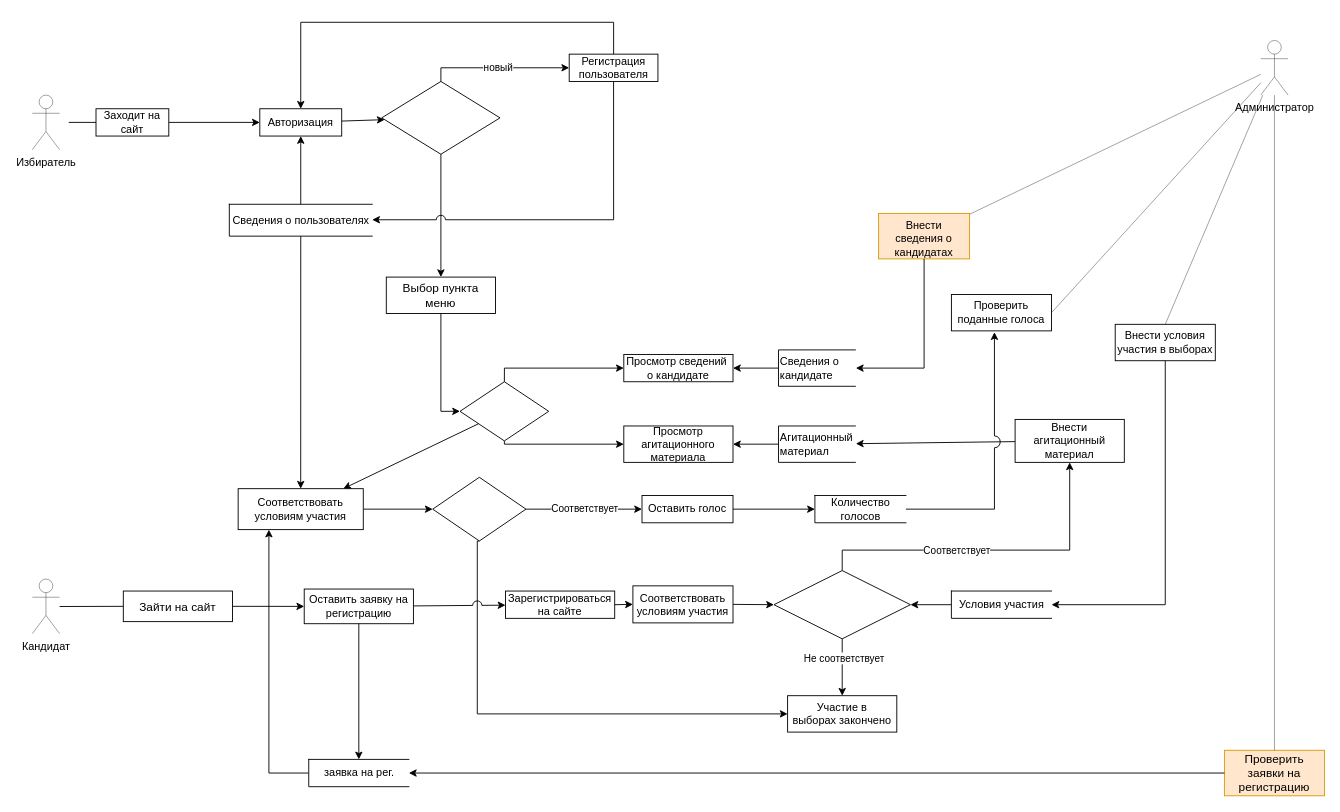
Before: DFD Diagram v.2.0 .drawio in aleksey899/Inter.MixAN, a draw.io diagram. Source tidied: cells renumbered, new cells numbered last; positions are measured from the earlier drawing's top-left corner, leaving out a move shared by most shapes. Both pictures are drawn from the tidied source at 91%, with x=0, y=0 at pixel (32, 22).
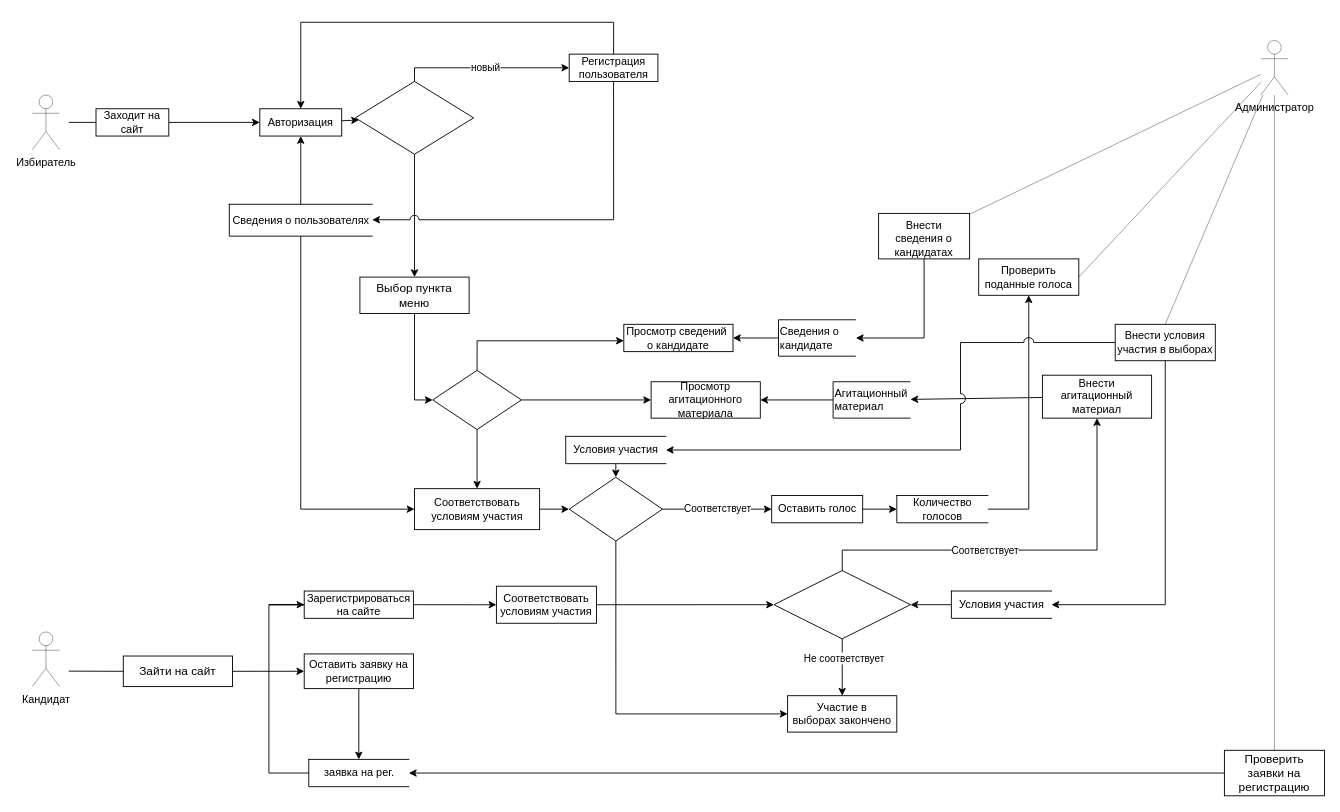
After the change.

Unchanged cells that the change refers to:
```xml
<mxCell id="24" style="rhombus;whiteSpace=wrap;html=1;rounded=0;fontSize=12;strokeWidth=1;" parent="1" vertex="1">
  <mxGeometry x="815" y="602.5" width="150" height="75" as="geometry" />
</mxCell>
<mxCell id="25" value="&lt;font style=&quot;font-size: 12px&quot;&gt;Участие в&lt;br&gt;выборах&amp;nbsp;&lt;font style=&quot;font-size: 12px&quot;&gt;закончено&lt;/font&gt;&lt;/font&gt;" style="rounded=0;whiteSpace=wrap;html=1;fontSize=11;strokeWidth=1;" parent="1" vertex="1">
  <mxGeometry x="830" y="740" width="120" height="40" as="geometry" />
</mxCell>
<mxCell id="43" value="Внести условия участия в выборах" style="rounded=0;whiteSpace=wrap;html=1;fontSize=12;direction=west;" parent="1" vertex="1">
  <mxGeometry x="1190" y="331.9" width="110" height="40" as="geometry" />
</mxCell>
<mxCell id="51" value="заявка на рег." style="html=1;dashed=0;whitespace=wrap;shape=partialRectangle;right=0;" parent="1" vertex="1">
  <mxGeometry x="303.8" y="810" width="110" height="30" as="geometry" />
</mxCell>
<mxCell id="73" value="Сведения о пользователях" style="html=1;dashed=0;whitespace=wrap;shape=partialRectangle;right=0;" parent="1" vertex="1">
  <mxGeometry x="216.5" y="200" width="157" height="35" as="geometry" />
</mxCell>
```

What changed in the source:
```diff
@@
     <mxCell id="6" value="Кандидат" style="shape=umlActor;verticalLabelPosition=bottom;verticalAlign=top;html=1;hachureGap=4;opacity=40;" parent="1" vertex="1">
-      <mxGeometry y="611.8" width="30" height="60" as="geometry" />
+      <mxGeometry y="670" width="30" height="60" as="geometry" />
     </mxCell>
@@
     <mxCell id="11" style="rhombus;whiteSpace=wrap;html=1;fontSize=10;strokeWidth=1;" parent="1" vertex="1">
-      <mxGeometry x="384" y="65" width="130" height="80" as="geometry" />
+      <mxGeometry x="355" y="65" width="130" height="80" as="geometry" />
     </mxCell>
     <mxCell id="12" value="Оставить голос" style="whiteSpace=wrap;html=1;fontSize=12;strokeWidth=1;" parent="1" vertex="1">
-      <mxGeometry x="670" y="520" width="100" height="30" as="geometry" />
+      <mxGeometry x="812.5" y="520" width="100" height="30" as="geometry" />
     </mxCell>
@@
     <mxCell id="16" value="Проверить поданные голоса" style="rounded=0;whiteSpace=wrap;html=1;fontSize=12;strokeWidth=1;" parent="1" vertex="1">
-      <mxGeometry x="1010" y="299.1" width="110" height="40" as="geometry" />
+      <mxGeometry x="1040" y="260" width="110" height="40" as="geometry" />
     </mxCell>
@@
+    <mxCell id="54" style="edgeStyle=orthogonalEdgeStyle;rounded=0;jettySize=auto;html=1;" parent="1" edge="1" source="18" target="53">
+      <mxGeometry relative="1" as="geometry" />
+    </mxCell>
     <mxCell id="18" style="rhombus;whiteSpace=wrap;html=1;rounded=0;fontSize=11;align=left;strokeWidth=1;" parent="1" vertex="1">
-      <mxGeometry x="470" y="395" width="97.5" height="65" as="geometry" />
+      <mxGeometry x="440" y="382.5" width="97.5" height="65" as="geometry" />
     </mxCell>
@@
-    <mxCell id="20" value="Зарегистрироваться&lt;br&gt;&lt;font&gt;на сайте&lt;/font&gt;" style="rounded=0;whiteSpace=wrap;html=1;fontSize=12;strokeWidth=1;" parent="1" vertex="1">
-      <mxGeometry x="520" y="625" width="120" height="30" as="geometry" />
-    </mxCell>
-    <mxCell id="21" style="endArrow=classic;html=1;rounded=0;fontSize=12;elbow=vertical;exitX=1;exitY=0.5;exitDx=0;exitDy=0;entryX=0;entryY=0.5;entryDx=0;entryDy=0;" parent="1" edge="1" source="20" target="71">
-      <mxGeometry relative="1" as="geometry" />
-    </mxCell>
@@
     <mxCell id="23" value="Внести агитационный&lt;br&gt;&lt;font&gt;материал&lt;/font&gt;" style="rounded=0;whiteSpace=wrap;html=1;fontSize=12;strokeWidth=1;" parent="1" vertex="1">
-      <mxGeometry x="1080" y="436.4" width="120" height="47.2" as="geometry" />
+      <mxGeometry x="1110" y="387.8" width="120" height="47.2" as="geometry" />
     </mxCell>
@@
     <mxCell id="26" style="endArrow=classic;html=1;rounded=0;fontSize=11;edgeStyle=orthogonalEdgeStyle;elbow=vertical;entryX=0.5;entryY=1;entryDx=0;entryDy=0;exitX=0.5;exitY=0;exitDx=0;exitDy=0;" parent="1" edge="1" source="24" target="23">
       <mxGeometry relative="1" as="geometry">
         <Array as="points">
           <mxPoint x="890" y="580" />
-          <mxPoint x="1140" y="580" />
+          <mxPoint x="1170" y="580" />
         </Array>
       </mxGeometry>
     </mxCell>
@@
     <mxCell id="31" value="&lt;font style=&quot;font-size: 12px&quot;&gt;Агитационный&lt;br&gt;материал&lt;/font&gt;" style="strokeWidth=1;html=1;shape=mxgraph.flowchart.annotation_1;align=left;rounded=0;fontSize=11;" parent="1" vertex="1">
-      <mxGeometry x="820" y="443.6" width="85" height="40" as="geometry" />
+      <mxGeometry x="880" y="395" width="85" height="40" as="geometry" />
     </mxCell>
@@
     <mxCell id="33" value="&lt;font style=&quot;font-size: 12px&quot;&gt;Сведения о &lt;br&gt;кандидате&lt;/font&gt;" style="strokeWidth=1;html=1;shape=mxgraph.flowchart.annotation_1;align=left;rounded=0;fontSize=11;" parent="1" vertex="1">
-      <mxGeometry x="820" y="360" width="85" height="40" as="geometry" />
+      <mxGeometry x="820" y="326.9" width="85" height="40" as="geometry" />
     </mxCell>
@@
-    <mxCell id="37" value="Внести&lt;br&gt;сведения&amp;nbsp;&lt;font&gt;о кандидатах&lt;/font&gt;" style="whiteSpace=wrap;html=1;verticalAlign=top;hachureGap=4;fillColor=#ffe6cc;strokeColor=#d79b00;" parent="1" vertex="1">
+    <mxCell id="37" value="Внести&lt;br&gt;сведения&amp;nbsp;&lt;font&gt;о кандидатах&lt;/font&gt;" style="whiteSpace=wrap;html=1;verticalAlign=top;hachureGap=4;" parent="1" vertex="1">
       <mxGeometry x="930" y="210" width="100" height="50" as="geometry" />
     </mxCell>
     <mxCell id="38" style="endArrow=classic;html=1;rounded=0;edgeStyle=orthogonalEdgeStyle;exitX=0.5;exitY=1;exitDx=0;exitDy=0;entryX=1;entryY=0.5;entryDx=0;entryDy=0;entryPerimeter=0;jumpStyle=arc;jumpSize=13;" parent="1" edge="1" source="37" target="33">
       <mxGeometry relative="1" as="geometry">
         <Array as="points">
-          <mxPoint x="980" y="380" />
+          <mxPoint x="980" y="347" />
         </Array>
       </mxGeometry>
     </mxCell>
-    <mxCell id="39" style="endArrow=classic;html=1;rounded=0;edgeStyle=orthogonalEdgeStyle;jumpStyle=arc;jumpSize=13;exitX=0.5;exitY=0;exitDx=0;exitDy=0;entryX=0;entryY=0.5;entryDx=0;entryDy=0;" parent="1" edge="1" source="18" target="52">
+    <mxCell id="39" style="endArrow=classic;html=1;rounded=0;edgeStyle=orthogonalEdgeStyle;jumpStyle=arc;jumpSize=13;exitX=0.5;exitY=0;exitDx=0;exitDy=0;" parent="1" edge="1" source="18" target="52">
       <mxGeometry relative="1" as="geometry">
         <Array as="points">
-          <mxPoint x="519" y="380" />
+          <mxPoint x="489" y="350" />
         </Array>
       </mxGeometry>
     </mxCell>
     <mxCell id="40" value="Количество&lt;br&gt;&lt;font&gt;голосов&lt;/font&gt;" style="html=1;dashed=0;whitespace=wrap;shape=partialRectangle;right=0;" parent="1" vertex="1">
-      <mxGeometry x="860" y="520" width="100" height="30" as="geometry" />
+      <mxGeometry x="950" y="520" width="100" height="30" as="geometry" />
     </mxCell>
@@
-    <mxCell id="42" style="endArrow=classic;html=1;rounded=0;jumpStyle=arc;jumpSize=13;edgeStyle=orthogonalEdgeStyle;exitX=1;exitY=0.5;exitDx=0;exitDy=0;entryX=0.43;entryY=1.036;entryDx=0;entryDy=0;entryPerimeter=0;" parent="1" edge="1" source="40" target="16">
-      <mxGeometry relative="1" as="geometry">
-        <Array as="points">
-          <mxPoint x="1057" y="535" />
-        </Array>
-      </mxGeometry>
-    </mxCell>
@@
     <mxCell id="45" style="rhombus;whiteSpace=wrap;html=1;rounded=0;fontSize=12;strokeWidth=1;" parent="1" vertex="1">
-      <mxGeometry x="440" y="500" width="102.5" height="70" as="geometry" />
+      <mxGeometry x="590" y="500" width="102.5" height="70" as="geometry" />
     </mxCell>
@@
     <mxCell id="47" style="endArrow=classic;html=1;rounded=0;exitX=0.5;exitY=1;exitDx=0;exitDy=0;edgeStyle=orthogonalEdgeStyle;entryX=0;entryY=0.5;entryDx=0;entryDy=0;jumpStyle=arc;jumpSize=10;" parent="1" edge="1" source="45" target="25">
       <mxGeometry relative="1" as="geometry">
         <Array as="points">
-          <mxPoint x="489" y="760" />
+          <mxPoint x="641" y="760" />
         </Array>
       </mxGeometry>
     </mxCell>
@@
-    <mxCell id="50" style="edgeStyle=orthogonalEdgeStyle;rounded=0;jettySize=auto;html=1;endArrow=classic;endFill=1;" parent="1" edge="1" source="51" target="69">
-      <mxGeometry relative="1" as="geometry">
-        <Array as="points">
-          <mxPoint x="260" y="825" />
-        </Array>
-      </mxGeometry>
-    </mxCell>
@@
     <mxCell id="52" value="Просмотр сведений&amp;nbsp;&lt;br&gt;о кандидате" style="rounded=0;whiteSpace=wrap;html=1;" parent="1" vertex="1">
-      <mxGeometry x="650" y="365" width="120" height="30" as="geometry" />
+      <mxGeometry x="650" y="331.9" width="120" height="30" as="geometry" />
     </mxCell>
     <mxCell id="53" value="Просмотр агитационного материала" style="rounded=0;whiteSpace=wrap;html=1;" parent="1" vertex="1">
-      <mxGeometry x="650" y="443.6" width="120" height="40" as="geometry" />
+      <mxGeometry x="680" y="395" width="120" height="40" as="geometry" />
     </mxCell>
-    <mxCell id="54" style="endArrow=classic;html=1;rounded=0;edgeStyle=orthogonalEdgeStyle;exitX=0.5;exitY=1;exitDx=0;exitDy=0;entryX=0;entryY=0.5;entryDx=0;entryDy=0;" parent="1" edge="1" source="18" target="53">
-      <mxGeometry relative="1" as="geometry">
-        <Array as="points">
-          <mxPoint x="519" y="464" />
-        </Array>
-      </mxGeometry>
-    </mxCell>
@@
-    <mxCell id="56" style="edgeStyle=none;rounded=0;jettySize=auto;html=1;endArrow=classic;endFill=1;" parent="1" edge="1" source="18" target="69">
+    <mxCell id="56" style="edgeStyle=none;rounded=0;jettySize=auto;html=1;endArrow=classic;endFill=1;exitX=0.5;exitY=1;exitDx=0;exitDy=0;" parent="1" edge="1" source="18" target="69">
       <mxGeometry relative="1" as="geometry" />
     </mxCell>
     <mxCell id="57" value="&lt;font style=&quot;font-size: 13px&quot;&gt;Выбор пункта меню&lt;/font&gt;" style="rounded=0;whiteSpace=wrap;html=1;" parent="1" vertex="1">
-      <mxGeometry x="389" y="280" width="120" height="40" as="geometry" />
+      <mxGeometry x="360" y="280" width="120" height="40" as="geometry" />
     </mxCell>
@@
     <mxCell id="59" value="Зайти на сайт" style="rounded=0;whiteSpace=wrap;html=1;fontSize=13;" parent="1" vertex="1">
-      <mxGeometry x="100" y="625" width="120" height="33.6" as="geometry" />
+      <mxGeometry x="100" y="696.4" width="120" height="33.6" as="geometry" />
     </mxCell>
     <mxCell id="60" style="endArrow=none;html=1;rounded=0;fontSize=13;entryX=0;entryY=0.5;entryDx=0;entryDy=0;" parent="1" edge="1" target="59">
       <mxGeometry relative="1" as="geometry">
-        <mxPoint x="30" y="642" as="sourcePoint" />
+        <mxPoint x="40" y="713" as="sourcePoint" />
       </mxGeometry>
     </mxCell>
@@
-    <mxCell id="62" value="Проверить заявки на регистрацию" style="rounded=0;whiteSpace=wrap;html=1;fontSize=13;fillColor=#ffe6cc;strokeColor=#d79b00;" parent="1" vertex="1">
+    <mxCell id="62" value="Проверить заявки на регистрацию" style="rounded=0;whiteSpace=wrap;html=1;fontSize=13;" parent="1" vertex="1">
       <mxGeometry x="1310" y="800" width="110" height="50" as="geometry" />
     </mxCell>
@@
-    <mxCell id="64" style="edgeStyle=none;rounded=0;jettySize=auto;html=1;fontSize=12;jumpStyle=arc;jumpSize=10;" parent="1" edge="1" source="65" target="20">
-      <mxGeometry relative="1" as="geometry" />
-    </mxCell>
     <mxCell id="65" value="Оставить заявку на регистрацию" style="rounded=0;whiteSpace=wrap;html=1;fontSize=12;" parent="1" vertex="1">
-      <mxGeometry x="298.8" y="622.8" width="120" height="38.1" as="geometry" />
+      <mxGeometry x="298.8" y="694.1" width="120" height="38.1" as="geometry" />
     </mxCell>
@@
     <mxCell id="69" value="Соответствовать условиям участия" style="rounded=0;whiteSpace=wrap;html=1;fontSize=12;" parent="1" vertex="1">
-      <mxGeometry x="226.2" y="512.5" width="137.5" height="45" as="geometry" />
+      <mxGeometry x="420" y="512.5" width="137.5" height="45" as="geometry" />
     </mxCell>
-    <mxCell id="70" style="endArrow=classic;html=1;rounded=0;fontSize=12;strokeWidth=1;jumpStyle=arc;jumpSize=10;entryX=0.5;entryY=0;entryDx=0;entryDy=0;" parent="1" edge="1" source="73" target="69">
-      <mxGeometry relative="1" as="geometry" />
+    <mxCell id="70" style="endArrow=classic;html=1;rounded=0;fontSize=12;strokeWidth=1;jumpStyle=arc;jumpSize=10;entryX=0;entryY=0.5;entryDx=0;entryDy=0;edgeStyle=orthogonalEdgeStyle;" parent="1" edge="1" source="73" target="69">
+      <mxGeometry relative="1" as="geometry">
+        <Array as="points">
+          <mxPoint x="295" y="535" />
+        </Array>
+      </mxGeometry>
     </mxCell>
     <mxCell id="71" value="Соответствовать условиям участия" style="rounded=0;whiteSpace=wrap;html=1;fontSize=12;" parent="1" vertex="1">
-      <mxGeometry x="660" y="619.3" width="110" height="40.7" as="geometry" />
+      <mxGeometry x="510" y="619.7" width="110" height="40.7" as="geometry" />
     </mxCell>
@@
+    <mxCell id="42" style="endArrow=classic;html=1;rounded=0;entryX=0.5;entryY=1;entryDx=0;entryDy=0;exitX=1;exitY=0.5;exitDx=0;exitDy=0;edgeStyle=orthogonalEdgeStyle;" parent="1" edge="1" source="40" target="16">
+      <mxGeometry relative="1" as="geometry" />
+    </mxCell>
+    <mxCell id="74" style="endArrow=classic;html=1;rounded=0;exitX=0;exitY=0.5;exitDx=0;exitDy=0;edgeStyle=orthogonalEdgeStyle;startArrow=none;" parent="1" edge="1" source="20">
+      <mxGeometry relative="1" as="geometry">
+        <mxPoint x="299" y="640" as="targetPoint" />
+        <Array as="points">
+          <mxPoint x="260" y="640" />
+        </Array>
+      </mxGeometry>
+    </mxCell>
+    <mxCell id="75" value="Условия участия" style="html=1;dashed=0;whitespace=wrap;shape=partialRectangle;right=0;" parent="1" vertex="1">
+      <mxGeometry x="586.2" y="455" width="110" height="30" as="geometry" />
+    </mxCell>
+    <mxCell id="76" style="endArrow=classic;html=1;rounded=0;exitX=0.5;exitY=1;exitDx=0;exitDy=0;entryX=0.5;entryY=0;entryDx=0;entryDy=0;" parent="1" edge="1" source="75" target="45">
+      <mxGeometry relative="1" as="geometry" />
+    </mxCell>
+    <mxCell id="77" style="endArrow=classic;html=1;rounded=0;exitX=1;exitY=0.5;exitDx=0;exitDy=0;entryX=1;entryY=0.5;entryDx=0;entryDy=0;edgeStyle=orthogonalEdgeStyle;jumpStyle=arc;jumpSize=11;" parent="1" edge="1" source="43" target="75">
+      <mxGeometry relative="1" as="geometry">
+        <Array as="points">
+          <mxPoint x="1020" y="352" />
+          <mxPoint x="1020" y="470" />
+        </Array>
+      </mxGeometry>
+    </mxCell>
+    <mxCell id="21" style="edgeStyle=orthogonalEdgeStyle;rounded=0;jumpStyle=arc;jumpSize=11;jettySize=auto;html=1;" parent="1" edge="1" source="20" target="71">
+      <mxGeometry relative="1" as="geometry" />
+    </mxCell>
+    <mxCell id="20" value="Зарегистрироваться&lt;br&gt;&lt;font&gt;на сайте&lt;/font&gt;" style="rounded=0;whiteSpace=wrap;html=1;fontSize=12;strokeWidth=1;" parent="1" vertex="1">
+      <mxGeometry x="298.8" y="625" width="120" height="30" as="geometry" />
+    </mxCell>
+    <mxCell id="78" style="endArrow=none;html=1;rounded=0;exitX=0;exitY=0.5;exitDx=0;exitDy=0;entryX=0;entryY=0.5;entryDx=0;entryDy=0;edgeStyle=orthogonalEdgeStyle;" parent="1" edge="1" source="51" target="20">
+      <mxGeometry relative="1" as="geometry">
+        <Array as="points">
+          <mxPoint x="260" y="825" />
+        </Array>
+      </mxGeometry>
+    </mxCell>
```
